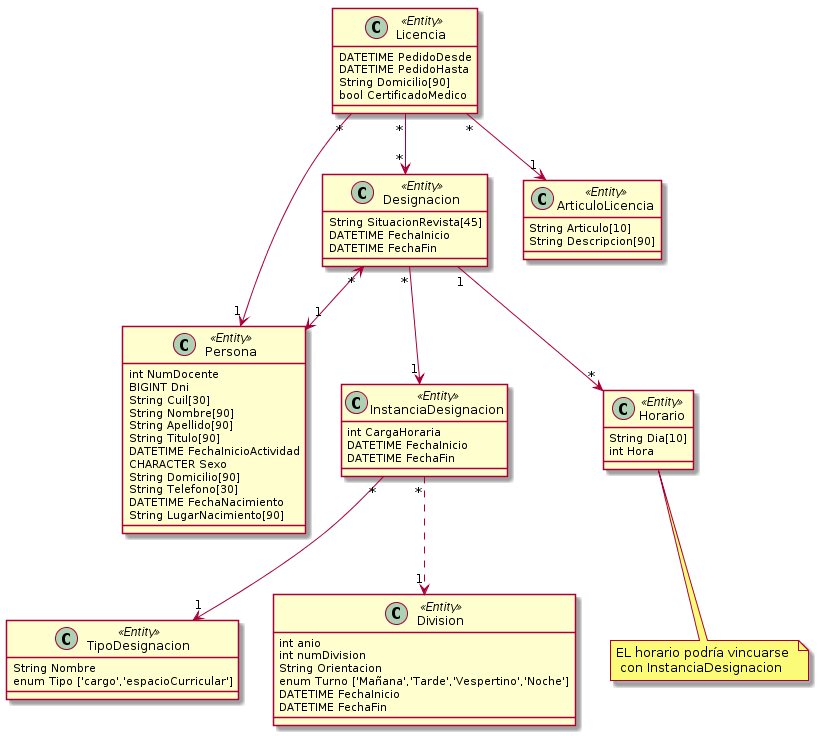
Above: diagram.png in ivomariezcurrena/MagallanesApp (PlantUML), before the change. The source it was exported from:
```plantuml
@startuml
class TipoDesignacion <<Entity>> {
  String Nombre
  enum Tipo ['cargo','espacioCurricular']
}

class Division <<Entity>> {
  int anio
  int numDivision
  String Orientacion
  enum Turno ['Mañana','Tarde','Vespertino','Noche']
  DATETIME FechaInicio
  DATETIME FechaFin
}

class InstanciaDesignacion <<Entity>> {
  int CargaHoraria
  DATETIME FechaInicio
  DATETIME FechaFin
}

InstanciaDesignacion "*" --> "1" TipoDesignacion
InstanciaDesignacion "*" ..> "1" Division

class Persona <<Entity>> {
  int NumDocente
  BIGINT Dni
  String Cuil[30]
  String Nombre[90]
  String Apellido[90]
  String Titulo[90]
  DATETIME FechaInicioActividad
  CHARACTER Sexo
  String Domicilio[90]
  String Telefono[30]
  DATETIME FechaNacimiento
  String LugarNacimiento[90]
}

class Designacion <<Entity>> {
  String SituacionRevista[45]
  DATETIME FechaInicio
  DATETIME FechaFin
}

Designacion "*" <--> "1" Persona
Designacion "*" --> "1" InstanciaDesignacion

class Horario <<Entity>> {
  String Dia[10]
  int Hora
}

note bottom of Horario: EL horario podría vincuarse \n con InstanciaDesignacion

Designacion "1" --> "*" Horario

class ArticuloLicencia <<Entity>> {
  String Articulo[10]
  String Descripcion[90]
}

class Licencia <<Entity>> {
  DATETIME PedidoDesde
  DATETIME PedidoHasta
  String Domicilio[90]
  bool CertificadoMedico
}

Licencia "*" --> "1" Persona
Licencia "*" --> "1" ArticuloLicencia
Licencia "*" --> "*" Designacion

@enduml
```
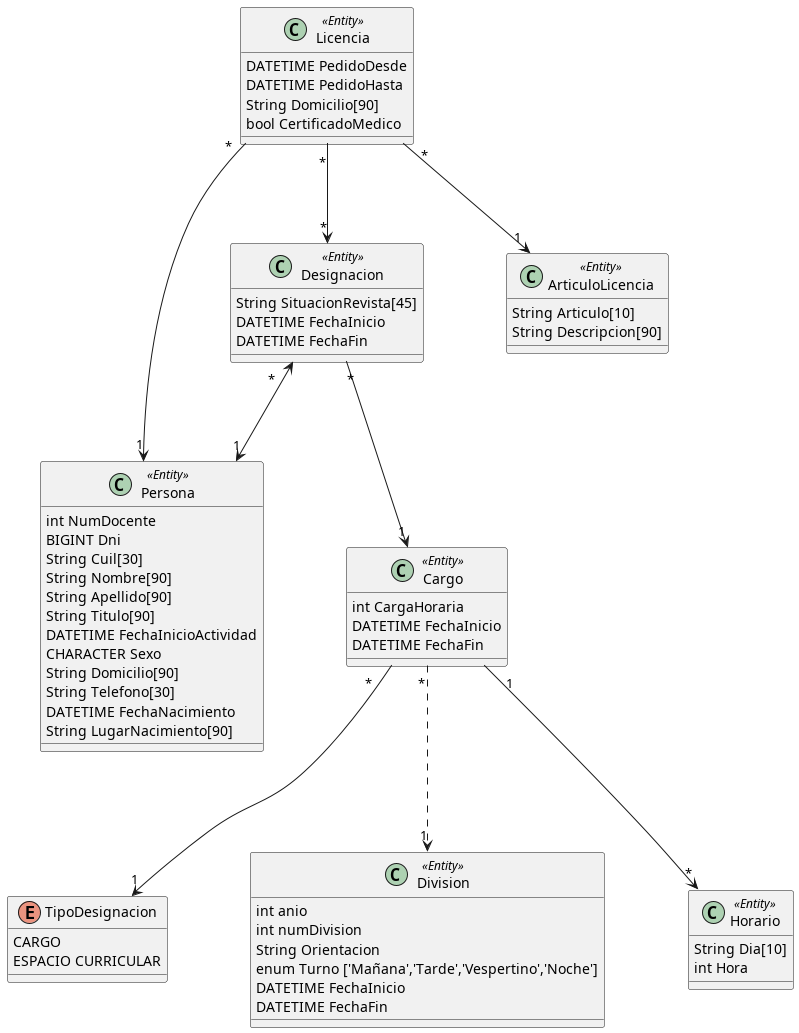
Above is the later version.

Diff of the diagram source:
```diff
@@ -1,7 +1,7 @@
 @startuml
-class TipoDesignacion <<Entity>> {
-  String Nombre
-  enum Tipo ['cargo','espacioCurricular']
+enum TipoDesignacion {
+   CARGO
+   ESPACIO CURRICULAR
 }
 
 class Division <<Entity>> {
@@ -13,14 +13,14 @@
   DATETIME FechaFin
 }
 
-class InstanciaDesignacion <<Entity>> {
+class Cargo <<Entity>> {
   int CargaHoraria
   DATETIME FechaInicio
   DATETIME FechaFin
 }
 
-InstanciaDesignacion "*" --> "1" TipoDesignacion
-InstanciaDesignacion "*" ..> "1" Division
+Cargo "*" --> "1" TipoDesignacion
+Cargo "*" ..> "1" Division
 
 class Persona <<Entity>> {
   int NumDocente
@@ -44,16 +44,14 @@
 }
 
 Designacion "*" <--> "1" Persona
-Designacion "*" --> "1" InstanciaDesignacion
+Designacion "*" --> "1" Cargo
 
 class Horario <<Entity>> {
   String Dia[10]
   int Hora
 }
 
-note bottom of Horario: EL horario podría vincuarse \n con InstanciaDesignacion
-
-Designacion "1" --> "*" Horario
+Cargo "1" --> "*" Horario
 
 class ArticuloLicencia <<Entity>> {
   String Articulo[10]
```
